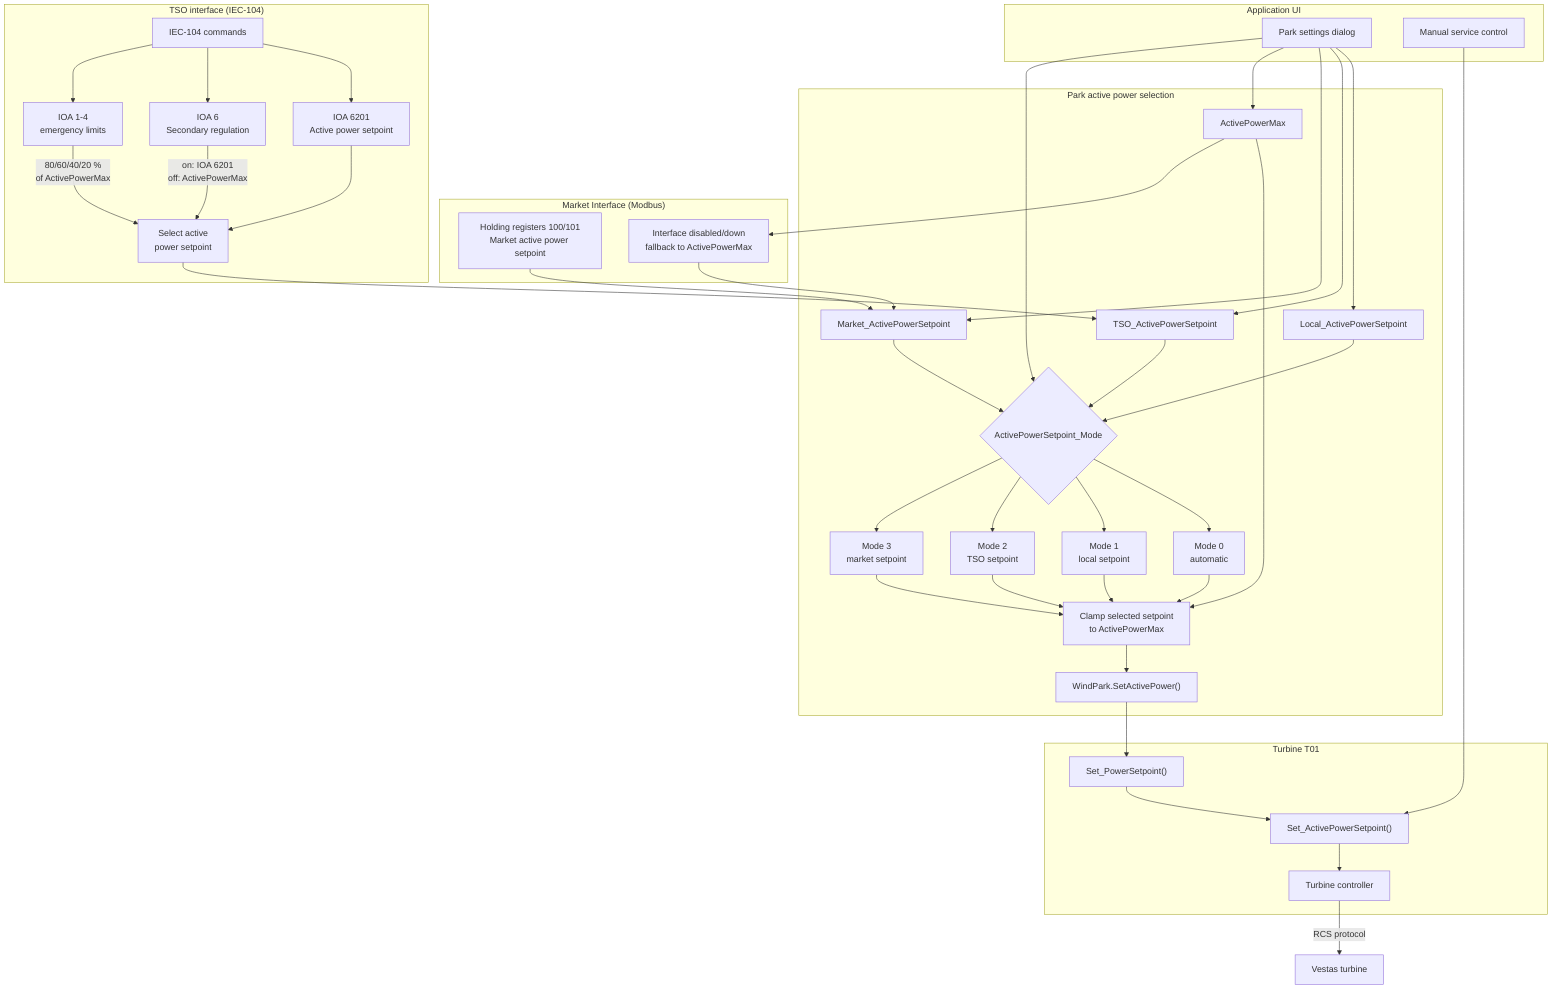
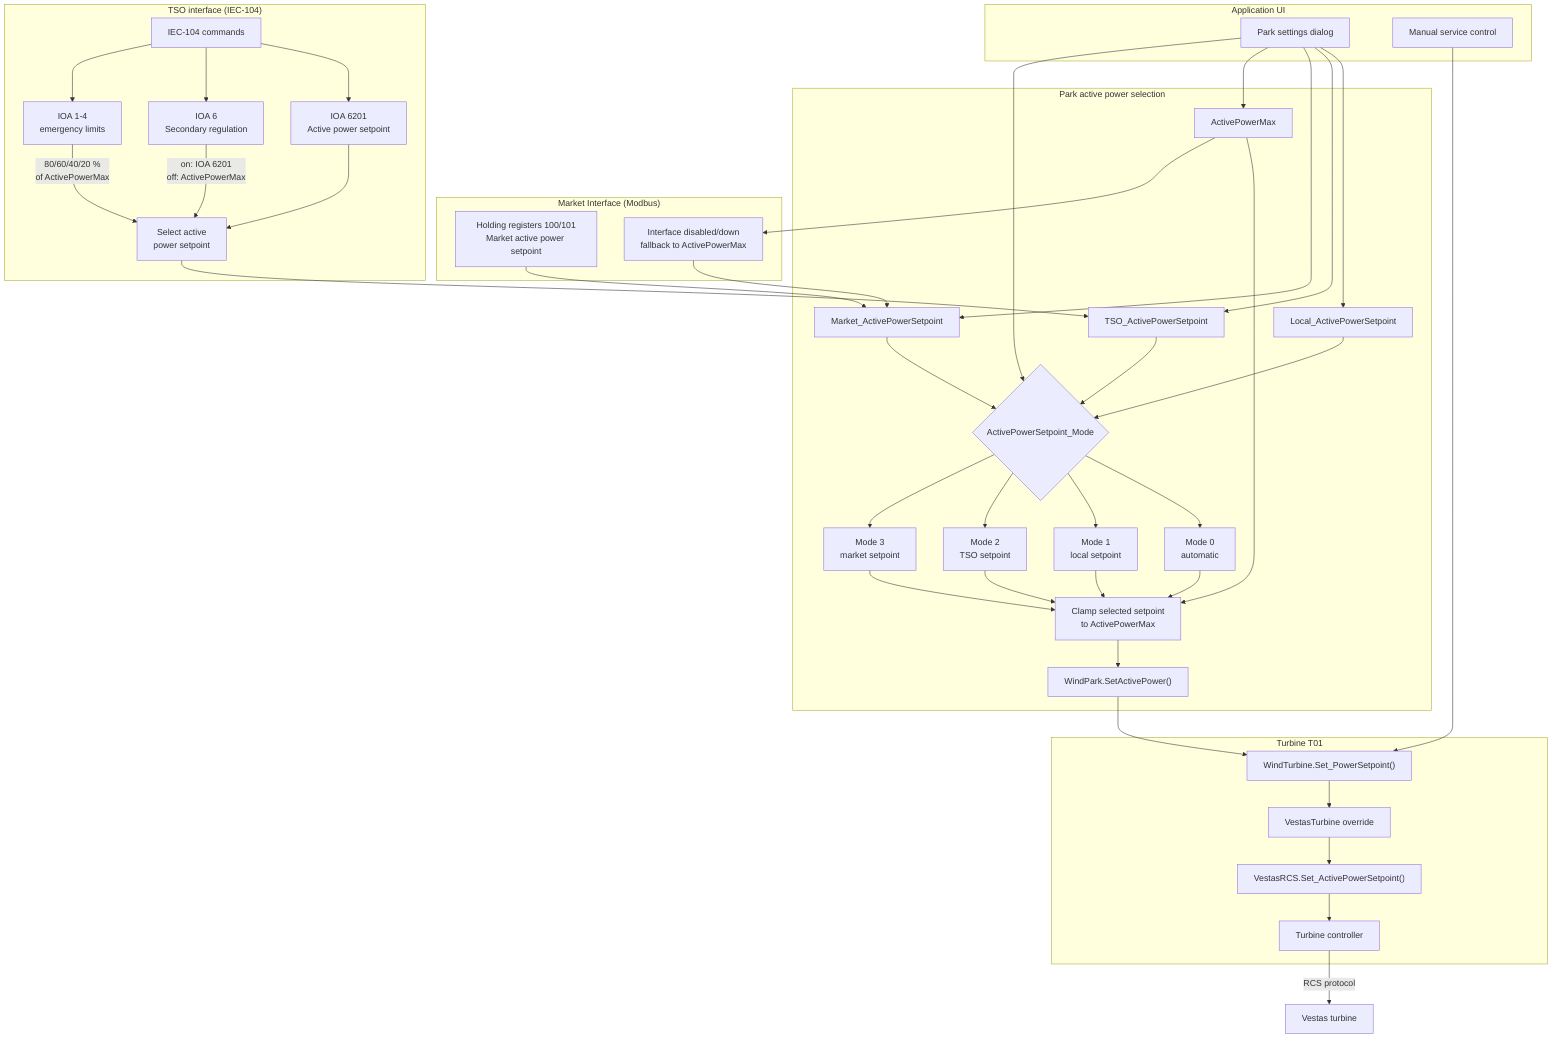
flowchart TD
    %% Active power control and monitoring chains in Eleon SCADA.

    subgraph UI["Application UI"]
        ParkSettings["Park settings dialog"]
        MainDirectSetpoint["Manual service control"]
    end

    subgraph TSO["TSO interface (IEC-104)"]
        IECCommandDb["IEC-104 commands"]
        IECSetpoint["IOA 6201<br/>Active power setpoint"]
        SecondaryReg["IOA 6<br/>Secondary regulation"]
        EmergencyLimits["IOA 1-4<br/>emergency limits"]
        TSOsetpoint["Select active<br>power setpoint"]
    end

    subgraph Market["Market Interface (Modbus)"]
        ModbusHolding["Holding registers 100/101<br/>Market active power setpoint"]
        MarketFallback["Interface disabled/down<br/>fallback to ActivePowerMax"]
    end

    subgraph Park["Park active power selection"]
        LocalSP["Local_ActivePowerSetpoint"]
        TSOSP["TSO_ActivePowerSetpoint"]
        MarketSP["Market_ActivePowerSetpoint"]
        MaxPower["ActivePowerMax"]
        Mode{"ActivePowerSetpoint_Mode"}
        AutoMode["Mode 0<br/>automatic"]
        LocalMode["Mode 1<br/>local setpoint"]
        TSOMode["Mode 2<br/>TSO setpoint"]
        MarketMode["Mode 3<br/>market setpoint"]
        Clamp["Clamp selected setpoint<br/>to ActivePowerMax"]
        SetActivePower["WindPark.SetActivePower()"]
    end

    subgraph TurbineObject_T01["Turbine T01"]
-         Turbine_T01["Set_PowerSetpoint()"]
-         VestasController["Set_ActivePowerSetpoint()"]
+         Turbine_T01["WindTurbine.Set_PowerSetpoint()"]
+         VestasTurbine["VestasTurbine override"]
+         VestasRCS["VestasRCS.Set_ActivePowerSetpoint()"]
        TurbineController["Turbine controller"]
    end

    Turbine["Vestas turbine"]

    ParkSettings --> LocalSP
    ParkSettings --> TSOSP
    ParkSettings --> MarketSP
    ParkSettings --> MaxPower
    ParkSettings --> Mode

    IECCommandDb --> IECSetpoint
    IECCommandDb --> SecondaryReg
    IECCommandDb --> EmergencyLimits
    IECSetpoint --> TSOsetpoint
    SecondaryReg -->|"on: IOA 6201<br/>off: ActivePowerMax"| TSOsetpoint
    EmergencyLimits -->|"80/60/40/20 %<br/>of ActivePowerMax"| TSOsetpoint
    TSOsetpoint --> TSOSP

    ModbusHolding --> MarketSP
    MarketFallback --> MarketSP

    MaxPower --> Clamp
    MaxPower --> MarketFallback
    LocalSP --> Mode
    TSOSP --> Mode
    MarketSP --> Mode
    Mode --> AutoMode
    Mode --> LocalMode
    Mode --> TSOMode
    Mode --> MarketMode
    AutoMode --> Clamp
    LocalMode --> Clamp
    TSOMode --> Clamp
    MarketMode --> Clamp
    Clamp --> SetActivePower

    SetActivePower --> Turbine_T01
-     MainDirectSetpoint --> VestasController
-     Turbine_T01 --> VestasController
-     VestasController --> TurbineController
+     MainDirectSetpoint --> Turbine_T01
+     Turbine_T01 --> VestasTurbine
+     VestasTurbine --> VestasRCS
+     VestasRCS --> TurbineController

    TurbineController -->|"RCS protocol"| Turbine
